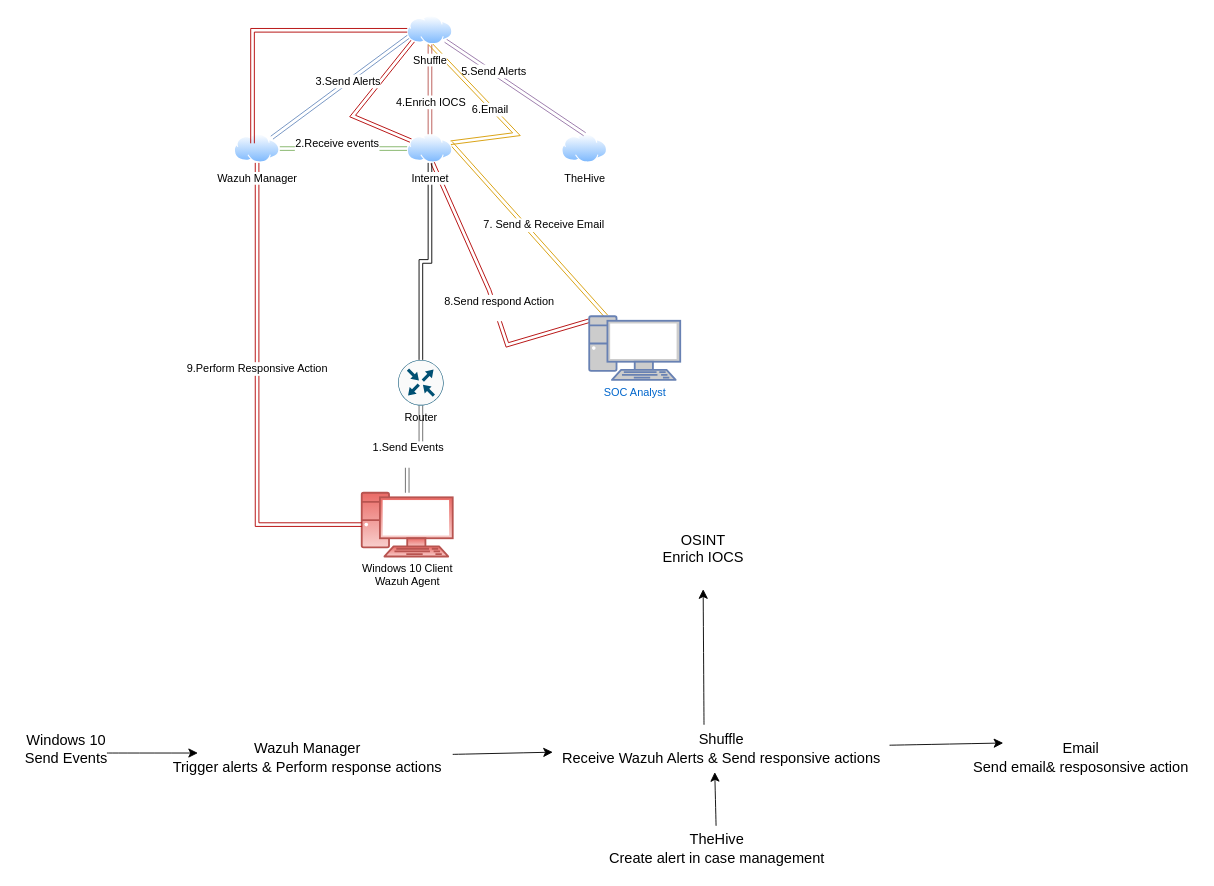
Earlier version of the draw.io diagram Untitled Diagram.drawio (FishTank12/Project_Soar). Source tidied: cells renumbered, new cells numbered last; positions are measured from the earlier drawing's top-left corner, leaving out a move shared by most shapes. Both pictures are drawn from the tidied source at 91%, with x=0, y=0 at pixel (15, 15).
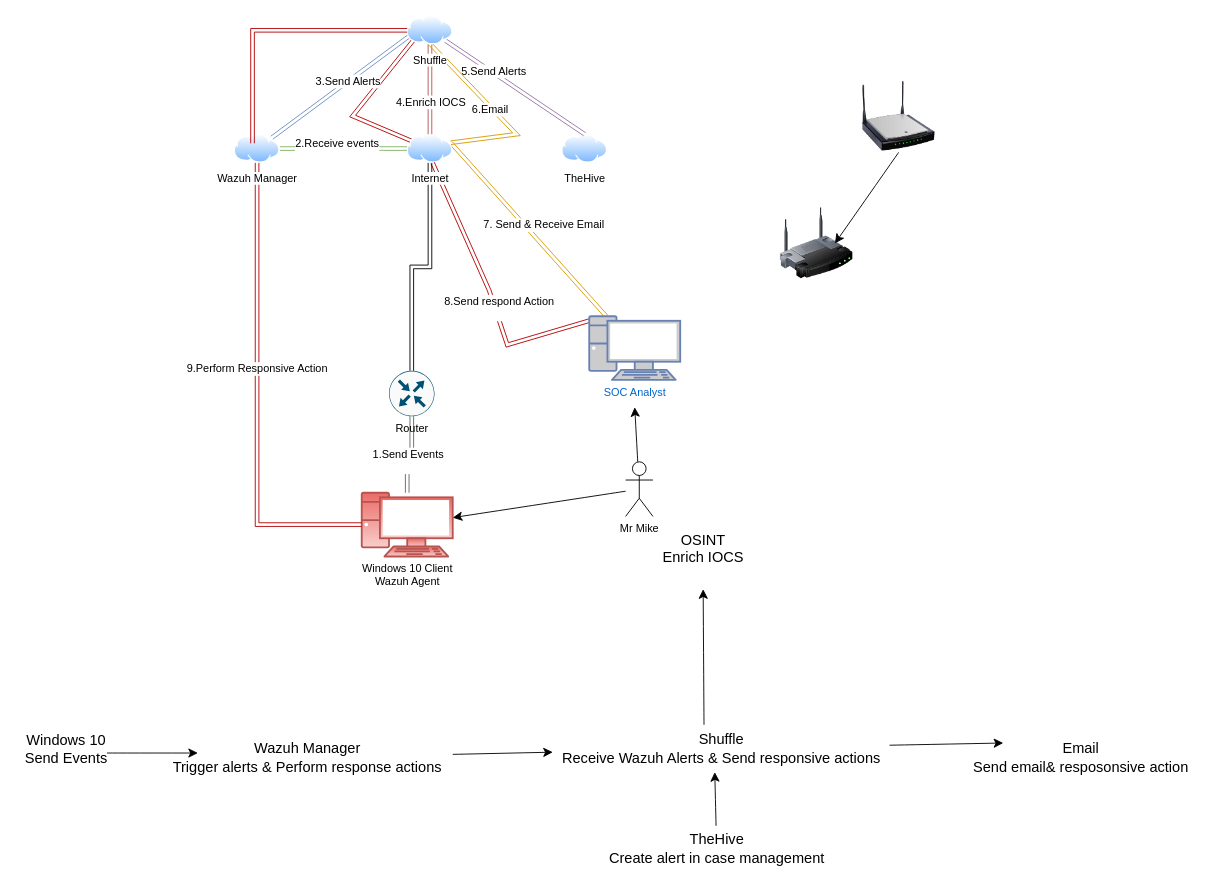
The same diagram, later.

The change refers to these unchanged cells:
```xml
<mxCell id="4" value="&lt;div&gt;Windows 10 Client &lt;br&gt;&lt;/div&gt;&lt;div&gt;Wazuh Agent&lt;/div&gt;" style="verticalAlign=top;verticalLabelPosition=bottom;labelPosition=center;align=center;html=1;outlineConnect=0;fillColor=#f8cecc;strokeColor=#b85450;gradientDirection=north;strokeWidth=2;shape=mxgraph.networks.pc;gradientColor=#ea6b66;" parent="1" vertex="1">
  <mxGeometry x="380" y="524" width="100" height="70" as="geometry" />
</mxCell>
```

The edit, as a diff of the source:
```diff
@@
     <mxCell id="11" value="Router " style="sketch=0;points=[[0.5,0,0],[1,0.5,0],[0.5,1,0],[0,0.5,0],[0.145,0.145,0],[0.8555,0.145,0],[0.855,0.8555,0],[0.145,0.855,0]];verticalLabelPosition=bottom;html=1;verticalAlign=top;align=center;shape=mxgraph.cisco19.rect;prIcon=router;fillColor=#FAFAFA;strokeColor=#005073;" parent="1" vertex="1">
-      <mxGeometry x="420" y="378" width="50" height="50" as="geometry" />
+      <mxGeometry x="410" y="390" width="50" height="50" as="geometry" />
     </mxCell>
@@
+    <mxCell id="41" style="edgeStyle=none;curved=1;rounded=0;jettySize=auto;html=1;fontSize=12;startSize=8;endSize=8;" parent="1" edge="1" source="43">
+      <mxGeometry relative="1" as="geometry">
+        <mxPoint x="680" y="430" as="targetPoint" />
+      </mxGeometry>
+    </mxCell>
+    <mxCell id="42" style="edgeStyle=none;curved=1;rounded=0;jettySize=auto;html=1;fontSize=12;startSize=8;endSize=8;" parent="1" edge="1" source="43" target="4">
+      <mxGeometry relative="1" as="geometry" />
+    </mxCell>
+    <mxCell id="43" value="&lt;div&gt;Mr Mike&lt;/div&gt;&lt;div&gt;&lt;br&gt;&lt;/div&gt;&lt;div&gt;&lt;br&gt;&lt;/div&gt;" style="shape=umlActor;verticalLabelPosition=bottom;verticalAlign=top;html=1;outlineConnect=0;" parent="1" vertex="1">
+      <mxGeometry x="670" y="490" width="30" height="60" as="geometry" />
+    </mxCell>
+    <mxCell id="44" style="edgeStyle=none;curved=1;rounded=0;orthogonalLoop=1;jettySize=auto;html=1;exitX=0.5;exitY=0;exitDx=0;exitDy=0;exitPerimeter=0;fontSize=12;startSize=8;endSize=8;" parent="1" edge="1" source="43" target="43">
+      <mxGeometry relative="1" as="geometry" />
+    </mxCell>
+    <mxCell id="45" style="image;html=1;image=img/lib/clip_art/networking/Wireless_Router_128x128.png;" parent="1" vertex="1">
+      <mxGeometry x="840" y="210" width="80" height="80" as="geometry" />
+    </mxCell>
+    <mxCell id="46" style="edgeStyle=none;curved=1;rounded=0;jettySize=auto;html=1;exitX=0.5;exitY=1;exitDx=0;exitDy=0;fontSize=12;startSize=8;endSize=8;" parent="1" edge="1" source="47">
+      <mxGeometry relative="1" as="geometry">
+        <mxPoint x="900" y="250" as="targetPoint" />
+      </mxGeometry>
+    </mxCell>
+    <mxCell id="47" style="image;html=1;image=img/lib/clip_art/networking/Wireless_Router_N_128x128.png;" parent="1" vertex="1">
+      <mxGeometry x="930" y="70" width="80" height="80" as="geometry" />
+    </mxCell>
```
